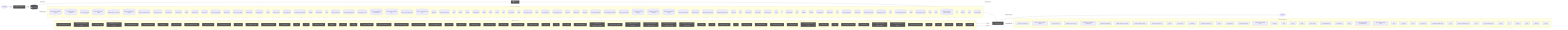
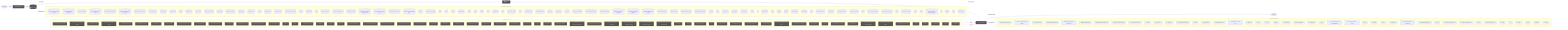
flowchart LR
  UserQ(["👤 User Query"])
  Embed["📐 Embedding Model"]
  VecDB[("📚 Vector Store")]
  Retriever["🔍 Retriever"]
  LLMNode["🧠 LLM / Generator"]
  Output(["✅ Response"])
  UserQ -->|query| Embed
  Embed -->|vector| VecDB
  VecDB -->|top-k chunks| Retriever
  Retriever -->|context + query| LLMNode
  LLMNode -->|generated answer| Output
  subgraph DetectedMemory["Detected memory stores"]
    det_detectedmemory_check_steering_feedback_contract_80134459[("check-steering-feedback-contract")]
    det_detectedmemory_normalize_workflow_contracts_8701f1c8[("normalize-workflow-contracts")]
    det_detectedmemory_sync_codex_preflight_7e7a8dc2[("sync-codex-preflight")]
    det_detectedmemory_test_harness_upgrade_matrix_84113c4e[("test-harness-upgrade-matrix")]
    det_detectedmemory_validate_prompt_context_drift_8c949ef6[("validate-prompt-context-drift")]
    det_detectedmemory_validate_runtime_packet_schemas_bc3ba8ec[("validate-runtime-packet-schemas")]
    det_detectedmemory_validate_workflow_contracts_33dc063c[("validate-workflow-contracts")]
    det_detectedmemory_branch_protect_core_a8feb0fd[("branch-protect-core")]
    det_detectedmemory_ci_migrate_core_7005b5af[("ci-migrate-core")]
    det_detectedmemory_context_health_80bb7da9[("context-health")]
    det_detectedmemory_context_ea7792a2[("context")]
    det_detectedmemory_docs_gate_core_eb9b6c18[("docs-gate-core")]
    det_detectedmemory_index_context_de3ed39d[("index-context")]
    det_detectedmemory_local_memory_preflight_dcc36c42[("local-memory-preflight")]
    det_detectedmemory_memory_gate_a577a506[("memory-gate")]
    det_detectedmemory_pattern_scope_siblings_43abe000[("pattern-scope-siblings")]
    det_detectedmemory_review_context_ca6cf81d[("review-context")]
    det_detectedmemory_review_gate_core_4c8001f9[("review-gate-core")]
    det_detectedmemory_search_24193290[("search")]
    det_detectedmemory_session_context_e5ec72c0[("session-context")]
    det_detectedmemory_tooling_audit_core_328d6a41[("tooling-audit-core")]
    det_detectedmemory_run_local_memory_preflight_36e92808[("run-local-memory-preflight")]
    det_detectedmemory_checker_d2d2328e[("checker")]
    det_detectedmemory_context_health_1_ceb11829[("context-health")]
    det_detectedmemory_types_2_d9bc6e7a[("types")]
    det_detectedmemory_branch_protect_sync_570adb18[("branch-protect-sync")]
    det_detectedmemory_command_capability_rules_ca3f496a[("command-capability-rules")]
    det_detectedmemory_command_specs_core_1c0ffc99[("command-specs-core")]
    det_detectedmemory_local_memory_preflight_command_spec_9e23f3ce[("local-memory-preflight-command-spec")]
    det_detectedmemory_memory_gate_command_spec_dc9001a9[("memory-gate-command-spec")]
    det_detectedmemory_review_gate_command_spec_3187376a[("review-gate-command-spec")]
    det_detectedmemory_session_context_command_spec_973afbb1[("session-context-command-spec")]
    det_detectedmemory_constants_7517017f[("constants")]
    det_detectedmemory_context_compact_policy_3dcaf95d[("context-compact-policy")]
-     det_detectedmemory_index_2_10143590[("index")]
+     det_detectedmemory_index_3_7e40d474[("index")]
    det_detectedmemory_indexer_70fa78e5[("indexer")]
    det_detectedmemory_init_error_5c7dd49f[("init-error")]
    det_detectedmemory_lexical_fallback_723e2b3e[("lexical-fallback")]
    det_detectedmemory_ollama_76e3c7bf[("ollama")]
    det_detectedmemory_rollout_a4fa034c[("rollout")]
    det_detectedmemory_sources_878a52fc[("sources")]
    det_detectedmemory_store_824d80d7[("store")]
    det_detectedmemory_sync_contract_c79fa191[("sync-contract")]
-     det_detectedmemory_types_7_2f1ed65e[("types")]
+     det_detectedmemory_types_8_f6283648[("types")]
    det_detectedmemory_harness_run_context_ac7c77a9[("harness-run-context")]
-     det_detectedmemory_index_3_7e40d474[("index")]
+     det_detectedmemory_index_4_013aa0e3[("index")]
    det_detectedmemory_json_schema_core_96d7e328[("json-schema-core")]
    det_detectedmemory_policy_validators_core_714a3fe7[("policy-validators-core")]
    det_detectedmemory_types_core_e405ddca[("types-core")]
    det_detectedmemory_validator_core_4358f8ba[("validator-core")]
    det_detectedmemory_init_modes_c05ceb07[("init-modes")]
    det_detectedmemory_project_brain_templates_7ef51530[("project-brain-templates")]
    det_detectedmemory_scaffold_diagram_templates_dd88e83c[("scaffold-diagram-templates")]
    det_detectedmemory_scaffold_doc_templates_f6152330[("scaffold-doc-templates")]
    det_detectedmemory_scaffold_environment_templates_c1ceba6a[("scaffold-environment-templates")]
    det_detectedmemory_scaffold_root_command_templates_404fed7f[("scaffold-root-command-templates")]
    det_detectedmemory_scaffold_script_template_registry_69312d4e[("scaffold-script-template-registry")]
    det_detectedmemory_scaffold_shell_templates_0ad0f915[("scaffold-shell-templates")]
    det_detectedmemory_scaffold_surfaces_12d6494e[("scaffold-surfaces")]
    det_detectedmemory_scaffold_template_registry_b1cce2aa[("scaffold-template-registry")]
    det_detectedmemory_scaffold_workflow_template_92310587[("scaffold-workflow-template")]
    det_detectedmemory_eval_seed_5699fd3e[("eval-seed")]
-     det_detectedmemory_index_9_32dd4d91[("index")]
+     det_detectedmemory_index_10_f6785a46[("index")]
    det_detectedmemory_review_context_1_e3afed15[("review-context")]
    det_detectedmemory_memory_gate_1_265164ac[("memory-gate")]
    det_detectedmemory_branch_enforcer_acb749cd[("branch-enforcer")]
    det_detectedmemory_cli_args_5_09ea29f0[("cli-args")]
    det_detectedmemory_cli_6_eac72be2[("cli")]
    det_detectedmemory_metrics_tracker_98cec29c[("metrics-tracker")]
-     det_detectedmemory_types_18_37582e2a[("types")]
-     det_detectedmemory_validator_4_5180cf23[("validator")]
+     det_detectedmemory_types_19_eb4ad5f0[("types")]
+     det_detectedmemory_validator_5_b19ac2be[("validator")]
    det_detectedmemory_classifier_fe1991a9[("classifier")]
    det_detectedmemory_tooling_baseline_50ab2eeb[("tooling-baseline")]
    det_detectedmemory_claim_helpers_20dc8387[("claim-helpers")]
-     det_detectedmemory_types_23_4352ee2e[("types")]
+     det_detectedmemory_types_24_c63dc1a7[("types")]
    det_detectedmemory_local_memory_smoke_1175abfc[("local-memory-smoke")]
    det_detectedmemory_local_memory_0db17ecc[("local-memory")]
    det_detectedmemory_performance_overload_c685bfcf[("performance-overload")]
    det_detectedmemory_suggestion_generator_0956f794[("suggestion-generator")]
-     det_detectedmemory_index_11_ffcd5842[("index")]
+     det_detectedmemory_index_12_762ec91b[("index")]
    det_detectedmemory_prompt_context_drift_report_3257a95c[("prompt-context-drift-report")]
-     det_detectedmemory_index_12_762ec91b[("index")]
+     det_detectedmemory_prompt_context_drift_types_ba6863d4[("prompt-context-drift-types")]
+     det_detectedmemory_index_13_97df39c8[("index")]
    det_detectedmemory_prompt_context_receipt_17b862b2[("prompt-context-receipt")]
-     det_detectedmemory_types_30_424b976c[("types")]
+     det_detectedmemory_types_31_eb363e20[("types")]
    det_detectedmemory_policy_1_fc4198db[("policy")]
    det_detectedmemory_runtime_card_codex_runtime_validation_d8ce9934[("runtime-card-codex-runtime-validation")]
    det_detectedmemory_cli_11_338a8415[("cli")]
    det_detectedmemory_collector_0736fd5b[("collector")]
-     det_detectedmemory_types_33_16e22a82[("types")]
+     det_detectedmemory_types_34_85e6a0bb[("types")]
    det_detectedmemory_overload_guard_2748c559[("overload-guard")]
  end
  VecDB -. "implemented by" .-> DetectedMemory
  subgraph DetectedLLM["Detected LLM clients"]
    det_detectedllm_check_codex_agent_roles_5bb2e89b["check-codex-agent-roles"]
    det_detectedllm_check_steering_feedback_contract_80134459["check-steering-feedback-contract"]
    det_detectedllm_run_harness_evals_77704768["run-harness-evals"]
    det_detectedllm_validate_decision_request_2e5c325e["validate-decision-request"]
    det_detectedllm_validate_goal_completion_audit_receipt_100d252c["validate-goal-completion-audit-receipt"]
    det_detectedllm_validate_packaged_skill_5e32c890["validate-packaged-skill"]
    det_detectedllm_validate_prompt_context_drift_8c949ef6["validate-prompt-context-drift"]
    det_detectedllm_validate_reviewer_coverage_251efee3["validate-reviewer-coverage"]
    det_detectedllm_check_environment_core_2c16213f["check-environment-core"]
    det_detectedllm_context_ea7792a2["context"]
    det_detectedllm_index_context_de3ed39d["index-context"]
    det_detectedllm_prompt_gate_c5e9d207["prompt-gate"]
    det_detectedllm_remediate_runner_helpers_929fedcc["remediate-runner-helpers"]
    det_detectedllm_search_24193290["search"]
    det_detectedllm_context_health_1_ceb11829["context-health"]
    det_detectedllm_command_specs_core_1c0ffc99["command-specs-core"]
    det_detectedllm_prompt_gate_command_spec_9a941482["prompt-gate-command-spec"]
    det_detectedllm_constants_7517017f["constants"]
-     det_detectedllm_index_2_10143590["index"]
+     det_detectedllm_index_3_7e40d474["index"]
    det_detectedllm_indexer_70fa78e5["indexer"]
    det_detectedllm_ollama_76e3c7bf["ollama"]
    det_detectedllm_sync_contract_c79fa191["sync-contract"]
    det_detectedllm_north_star_validators_cfc926ce["north-star-validators"]
    det_detectedllm_hilt_boundary_9b36fb15["hilt-boundary"]
-     det_detectedllm_types_9_1db4641f["types"]
+     det_detectedllm_types_10_75e5a4a0["types"]
    det_detectedllm_goal_completion_audit_receipt_validation_9d0f4891["goal-completion-audit-receipt-validation"]
    det_detectedllm_goal_completion_audit_receipt_5e4939c3["goal-completion-audit-receipt"]
-     det_detectedllm_index_4_013aa0e3["index"]
+     det_detectedllm_index_5_522f772a["index"]
    det_detectedllm_constants_1_a84e15f0["constants"]
-     det_detectedllm_types_16_0fae1112["types"]
+     det_detectedllm_types_17_ed30531c["types"]
    det_detectedllm_sensitive_text_7c11f760["sensitive-text"]
+     det_detectedllm_pr_template_linked_issue_relationship_a7b61f2c["pr-template-linked-issue-relationship"]
    det_detectedllm_pr_template_validator_rules_20a32d6b["pr-template-validator-rules"]
-     det_detectedllm_index_11_ffcd5842["index"]
+     det_detectedllm_index_12_762ec91b["index"]
    det_detectedllm_prompt_context_drift_report_3257a95c["prompt-context-drift-report"]
-     det_detectedllm_index_12_762ec91b["index"]
+     det_detectedllm_prompt_context_drift_types_ba6863d4["prompt-context-drift-types"]
+     det_detectedllm_index_13_97df39c8["index"]
    det_detectedllm_prompt_context_receipt_17b862b2["prompt-context-receipt"]
    det_detectedllm_cli_args_9_9c136878["cli-args"]
    det_detectedllm_cli_10_35dc8cbd["cli"]
    det_detectedllm_sections_4697ef32["sections"]
-     det_detectedllm_types_26_a5814179["types"]
-     det_detectedllm_validator_6_3688adbf["validator"]
+     det_detectedllm_types_27_4d134744["types"]
+     det_detectedllm_validator_7_f836eb0e["validator"]
    det_detectedllm_cli_args_10_861cdd3f["cli-args"]
  end
  LLMNode -. "implemented by" .-> DetectedLLM
  subgraph DetectedTools["Agentic tool calls"]
    det_detectedtools_check_codex_agent_roles_5bb2e89b["🔧 check-codex-agent-roles"]
    det_detectedtools_check_steering_feedback_contract_80134459["🔧 check-steering-feedback-contract"]
    det_detectedtools_run_harness_evals_77704768["🔧 run-harness-evals"]
    det_detectedtools_validate_action_review_receipt_fa2f06c3["🔧 validate-action-review-receipt"]
    det_detectedtools_validate_packaged_skill_5e32c890["🔧 validate-packaged-skill"]
    det_detectedtools_validate_replay_packet_f309747e["🔧 validate-replay-packet"]
    det_detectedtools_ci_migrate_core_7005b5af["🔧 ci-migrate-core"]
    det_detectedtools_doctor_checks_5a2eb2b9["🔧 doctor-checks"]
    det_detectedtools_doctor_github_tool_checks_a53b0382["🔧 doctor-github-tool-checks"]
    det_detectedtools_doctor_tool_checks_4acac51a["🔧 doctor-tool-checks"]
    det_detectedtools_next_blocked_decisions_4140ad2b["🔧 next-blocked-decisions"]
    det_detectedtools_policy_gate_213f7313["🔧 policy-gate"]
    det_detectedtools_remediate_cli_output_cc165396["🔧 remediate-cli-output"]
    det_detectedtools_remediate_runner_helpers_929fedcc["🔧 remediate-runner-helpers"]
    det_detectedtools_review_gate_core_4c8001f9["🔧 review-gate-core"]
    det_detectedtools_index_1bc04b52["🔧 index"]
    det_detectedtools_types_1_4ecdf56e["🔧 types"]
    det_detectedtools_validation_constants_e002a0f6["🔧 validation-constants"]
    det_detectedtools_validation_98c41dcd["🔧 validation"]
    det_detectedtools_checker_d2d2328e["🔧 checker"]
    det_detectedtools_cli_args_1_6144b055["🔧 cli-args"]
    det_detectedtools_command_capabilities_a4d5c71e["🔧 command-capabilities"]
    det_detectedtools_command_capability_rules_ca3f496a["🔧 command-capability-rules"]
    det_detectedtools_linear_command_actions_e430f4f4["🔧 linear-command-actions"]
    det_detectedtools_linear_command_runner_4a740dfc["🔧 linear-command-runner"]
    det_detectedtools_policy_validators_core_714a3fe7["🔧 policy-validators-core"]
    det_detectedtools_types_core_e405ddca["🔧 types-core"]
    det_detectedtools_validator_core_4358f8ba["🔧 validator-core"]
    det_detectedtools_validator_helpers_7b927667["🔧 validator-helpers"]
    det_detectedtools_he_phase_exit_core_1148895b["🔧 he-phase-exit-core"]
    det_detectedtools_ralph_runtime_73d63c0e["🔧 ralph-runtime"]
    det_detectedtools_observed_skill_usage_ed7d5930["🔧 observed-skill-usage"]
    det_detectedtools_closure_evidence_aaa31467["🔧 closure-evidence"]
    det_detectedtools_pr_creator_dc6b1ea4["🔧 pr-creator"]
    det_detectedtools_client_948fe603["🔧 client"]
    det_detectedtools_init_output_360dce91["🔧 init-output"]
    det_detectedtools_scaffold_ci_templates_2afd6392["🔧 scaffold-ci-templates"]
    det_detectedtools_scaffold_codex_environment_templates_334fbbed["🔧 scaffold-codex-environment-templates"]
    det_detectedtools_scaffold_config_templates_4b80ce53["🔧 scaffold-config-templates"]
    det_detectedtools_scaffold_environment_templates_c1ceba6a["🔧 scaffold-environment-templates"]
    det_detectedtools_scaffold_github_actions_pr_pipeline_renderer_1ee18de5["🔧 scaffold-github-actions-pr-pipeline-renderer"]
    det_detectedtools_scaffold_github_actions_pr_pipeline_template_e2b85f62["🔧 scaffold-github-actions-pr-pipeline-template"]
    det_detectedtools_scaffold_release_private_npm_template_075499f8["🔧 scaffold-release-private-npm-template"]
    det_detectedtools_constants_1_a84e15f0["🔧 constants"]
-     det_detectedtools_index_8_6f0f20ec["🔧 index"]
+     det_detectedtools_index_9_32dd4d91["🔧 index"]
    det_detectedtools_validation_common_6161e48b["🔧 validation-common"]
    det_detectedtools_cli_6_eac72be2["🔧 cli"]
    det_detectedtools_metrics_tracker_98cec29c["🔧 metrics-tracker"]
    det_detectedtools_normalise_renderer_85f2e563["🔧 normalise-renderer"]
    det_detectedtools_evaluation_engine_core_e054fe49["🔧 evaluation-engine-core"]
    det_detectedtools_tooling_baseline_50ab2eeb["🔧 tooling-baseline"]
    det_detectedtools_prompt_context_drift_report_3257a95c["🔧 prompt-context-drift-report"]
+     det_detectedtools_prompt_context_drift_types_ba6863d4["🔧 prompt-context-drift-types"]
    det_detectedtools_replay_packet_a1293f88["🔧 replay-packet"]
-     det_detectedtools_index_13_97df39c8["🔧 index"]
+     det_detectedtools_index_14_d982116c["🔧 index"]
    det_detectedtools_review_lifecycle_contract_e5447221["🔧 review-lifecycle-contract"]
    det_detectedtools_review_lifecycle_89afa64c["🔧 review-lifecycle"]
    det_detectedtools_runtime_card_codex_runtime_validation_d8ce9934["🔧 runtime-card-codex-runtime-validation"]
    det_detectedtools_runtime_card_codex_runtime_0655e230["🔧 runtime-card-codex-runtime"]
    det_detectedtools_runtime_evidence_bundle_d471a232["🔧 runtime-evidence-bundle"]
-     det_detectedtools_types_35_93e66c64["🔧 types"]
-     det_detectedtools_index_16_373c8a49["🔧 index"]
+     det_detectedtools_types_36_674380ec["🔧 types"]
+     det_detectedtools_index_17_642943a2["🔧 index"]
    det_detectedtools_projection_1b250ea1["🔧 projection"]
-     det_detectedtools_types_37_32ccf9f9["🔧 types"]
+     det_detectedtools_types_38_e8efcd57["🔧 types"]
    det_detectedtools_validation_7_c4e6d8b6["🔧 validation"]
  end
  LLMNode -->|tool use| DetectedTools
  DetectedTools -->|result| LLMNode
  classDef memNode fill:#555,color:#fff
  class VecDB,Retriever memNode
  classDef llmNode fill:#555,color:#fff
  class LLMNode,Embed llmNode
  classDef toolNode fill:#555,color:#fff
-   class det_detectedtools_check_codex_agent_roles_5bb2e89b,det_detectedtools_check_steering_feedback_contract_80134459,det_detectedtools_run_harness_evals_77704768,det_detectedtools_validate_action_review_receipt_fa2f06c3,det_detectedtools_validate_packaged_skill_5e32c890,det_detectedtools_validate_replay_packet_f309747e,det_detectedtools_ci_migrate_core_7005b5af,det_detectedtools_doctor_checks_5a2eb2b9,det_detectedtools_doctor_github_tool_checks_a53b0382,det_detectedtools_doctor_tool_checks_4acac51a,det_detectedtools_next_blocked_decisions_4140ad2b,det_detectedtools_policy_gate_213f7313,det_detectedtools_remediate_cli_output_cc165396,det_detectedtools_remediate_runner_helpers_929fedcc,det_detectedtools_review_gate_core_4c8001f9,det_detectedtools_index_1bc04b52,det_detectedtools_types_1_4ecdf56e,det_detectedtools_validation_constants_e002a0f6,det_detectedtools_validation_98c41dcd,det_detectedtools_checker_d2d2328e,det_detectedtools_cli_args_1_6144b055,det_detectedtools_command_capabilities_a4d5c71e,det_detectedtools_command_capability_rules_ca3f496a,det_detectedtools_linear_command_actions_e430f4f4,det_detectedtools_linear_command_runner_4a740dfc,det_detectedtools_policy_validators_core_714a3fe7,det_detectedtools_types_core_e405ddca,det_detectedtools_validator_core_4358f8ba,det_detectedtools_validator_helpers_7b927667,det_detectedtools_he_phase_exit_core_1148895b,det_detectedtools_ralph_runtime_73d63c0e,det_detectedtools_observed_skill_usage_ed7d5930,det_detectedtools_closure_evidence_aaa31467,det_detectedtools_pr_creator_dc6b1ea4,det_detectedtools_client_948fe603,det_detectedtools_init_output_360dce91,det_detectedtools_scaffold_ci_templates_2afd6392,det_detectedtools_scaffold_codex_environment_templates_334fbbed,det_detectedtools_scaffold_config_templates_4b80ce53,det_detectedtools_scaffold_environment_templates_c1ceba6a,det_detectedtools_scaffold_github_actions_pr_pipeline_renderer_1ee18de5,det_detectedtools_scaffold_github_actions_pr_pipeline_template_e2b85f62,det_detectedtools_scaffold_release_private_npm_template_075499f8,det_detectedtools_constants_1_a84e15f0,det_detectedtools_index_8_6f0f20ec,det_detectedtools_validation_common_6161e48b,det_detectedtools_cli_6_eac72be2,det_detectedtools_metrics_tracker_98cec29c,det_detectedtools_normalise_renderer_85f2e563,det_detectedtools_evaluation_engine_core_e054fe49,det_detectedtools_tooling_baseline_50ab2eeb,det_detectedtools_prompt_context_drift_report_3257a95c,det_detectedtools_replay_packet_a1293f88,det_detectedtools_index_13_97df39c8,det_detectedtools_review_lifecycle_contract_e5447221,det_detectedtools_review_lifecycle_89afa64c,det_detectedtools_runtime_card_codex_runtime_validation_d8ce9934,det_detectedtools_runtime_card_codex_runtime_0655e230,det_detectedtools_runtime_evidence_bundle_d471a232,det_detectedtools_types_35_93e66c64,det_detectedtools_index_16_373c8a49,det_detectedtools_projection_1b250ea1,det_detectedtools_types_37_32ccf9f9,det_detectedtools_validation_7_c4e6d8b6 toolNode
+   class det_detectedtools_check_codex_agent_roles_5bb2e89b,det_detectedtools_check_steering_feedback_contract_80134459,det_detectedtools_run_harness_evals_77704768,det_detectedtools_validate_action_review_receipt_fa2f06c3,det_detectedtools_validate_packaged_skill_5e32c890,det_detectedtools_validate_replay_packet_f309747e,det_detectedtools_ci_migrate_core_7005b5af,det_detectedtools_doctor_checks_5a2eb2b9,det_detectedtools_doctor_github_tool_checks_a53b0382,det_detectedtools_doctor_tool_checks_4acac51a,det_detectedtools_next_blocked_decisions_4140ad2b,det_detectedtools_policy_gate_213f7313,det_detectedtools_remediate_cli_output_cc165396,det_detectedtools_remediate_runner_helpers_929fedcc,det_detectedtools_review_gate_core_4c8001f9,det_detectedtools_index_1bc04b52,det_detectedtools_types_1_4ecdf56e,det_detectedtools_validation_constants_e002a0f6,det_detectedtools_validation_98c41dcd,det_detectedtools_checker_d2d2328e,det_detectedtools_cli_args_1_6144b055,det_detectedtools_command_capabilities_a4d5c71e,det_detectedtools_command_capability_rules_ca3f496a,det_detectedtools_linear_command_actions_e430f4f4,det_detectedtools_linear_command_runner_4a740dfc,det_detectedtools_policy_validators_core_714a3fe7,det_detectedtools_types_core_e405ddca,det_detectedtools_validator_core_4358f8ba,det_detectedtools_validator_helpers_7b927667,det_detectedtools_he_phase_exit_core_1148895b,det_detectedtools_ralph_runtime_73d63c0e,det_detectedtools_observed_skill_usage_ed7d5930,det_detectedtools_closure_evidence_aaa31467,det_detectedtools_pr_creator_dc6b1ea4,det_detectedtools_client_948fe603,det_detectedtools_init_output_360dce91,det_detectedtools_scaffold_ci_templates_2afd6392,det_detectedtools_scaffold_codex_environment_templates_334fbbed,det_detectedtools_scaffold_config_templates_4b80ce53,det_detectedtools_scaffold_environment_templates_c1ceba6a,det_detectedtools_scaffold_github_actions_pr_pipeline_renderer_1ee18de5,det_detectedtools_scaffold_github_actions_pr_pipeline_template_e2b85f62,det_detectedtools_scaffold_release_private_npm_template_075499f8,det_detectedtools_constants_1_a84e15f0,det_detectedtools_index_9_32dd4d91,det_detectedtools_validation_common_6161e48b,det_detectedtools_cli_6_eac72be2,det_detectedtools_metrics_tracker_98cec29c,det_detectedtools_normalise_renderer_85f2e563,det_detectedtools_evaluation_engine_core_e054fe49,det_detectedtools_tooling_baseline_50ab2eeb,det_detectedtools_prompt_context_drift_report_3257a95c,det_detectedtools_prompt_context_drift_types_ba6863d4,det_detectedtools_replay_packet_a1293f88,det_detectedtools_index_14_d982116c,det_detectedtools_review_lifecycle_contract_e5447221,det_detectedtools_review_lifecycle_89afa64c,det_detectedtools_runtime_card_codex_runtime_validation_d8ce9934,det_detectedtools_runtime_card_codex_runtime_0655e230,det_detectedtools_runtime_evidence_bundle_d471a232,det_detectedtools_types_36_674380ec,det_detectedtools_index_17_642943a2,det_detectedtools_projection_1b250ea1,det_detectedtools_types_38_e8efcd57,det_detectedtools_validation_7_c4e6d8b6 toolNode
